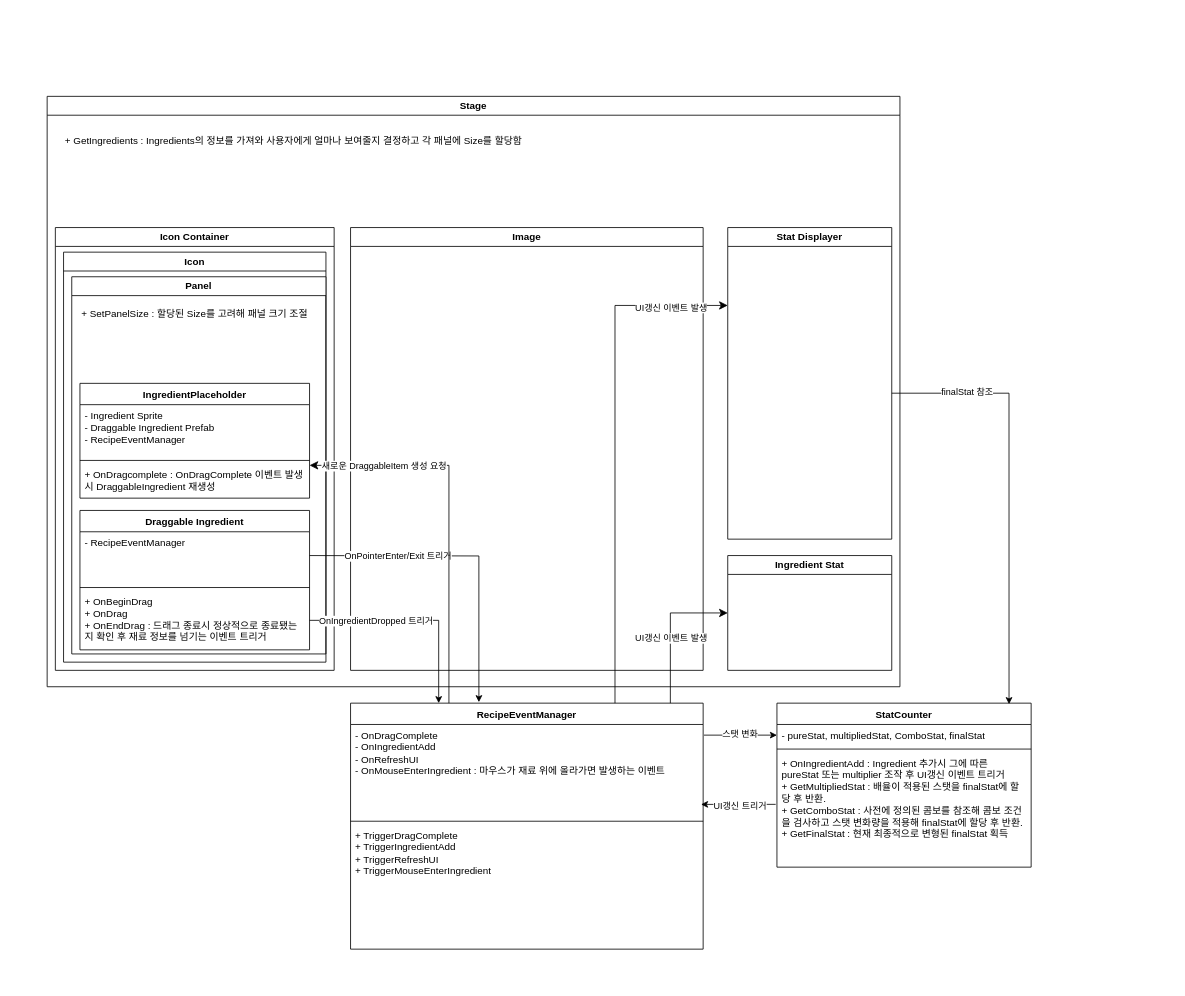
JeongHwanjun/Muffin keeps this draw.io diagram as Assets/Scripts/Recipe/Recipe.drawio. Above is the earlier version. Source tidied: cells renumbered, new cells numbered last; positions are measured from the earlier drawing's top-left corner, leaving out a move shared by most shapes. Both pictures are drawn from the tidied source at 82%, with x=0, y=0 at pixel (47, 96).
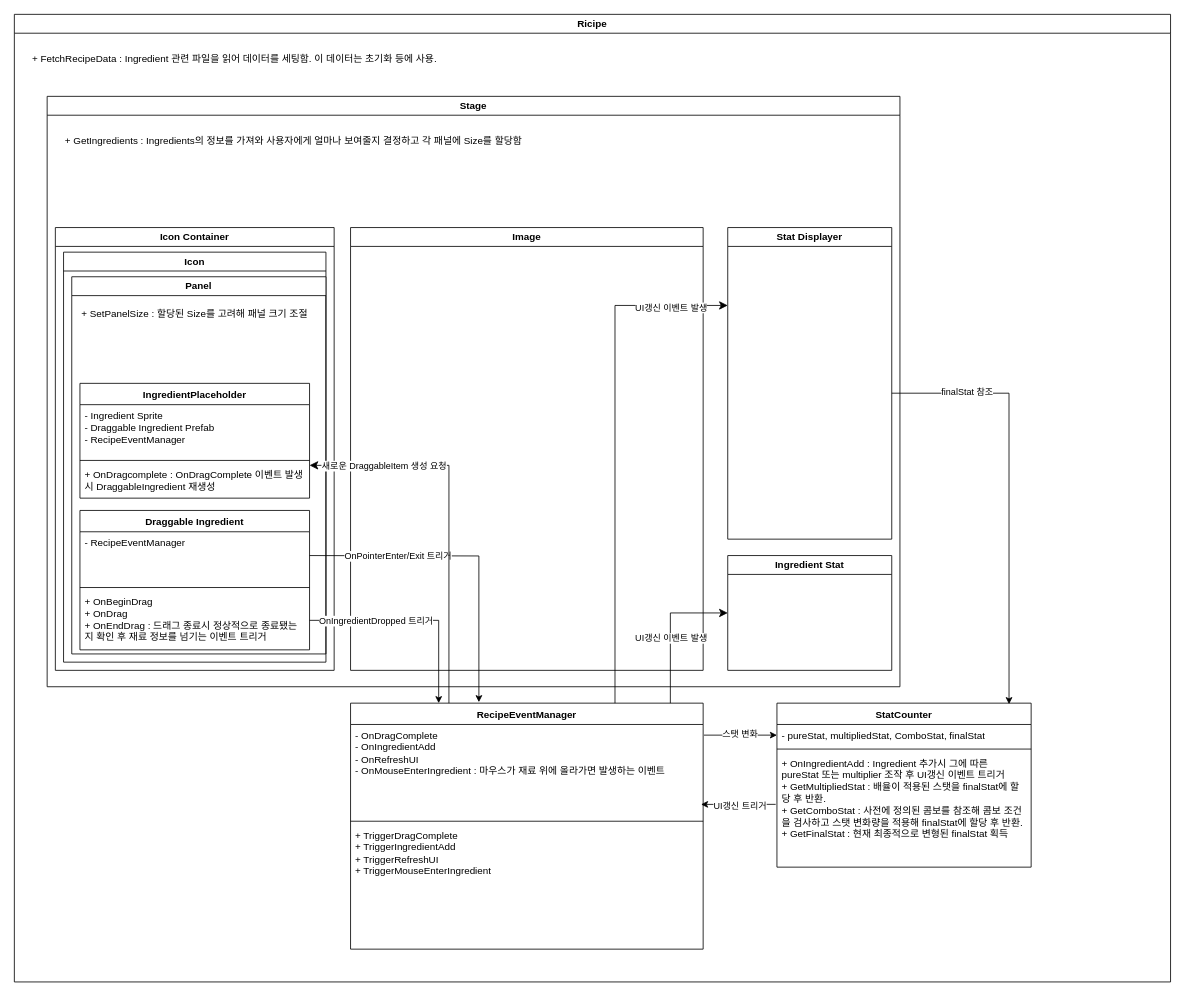
After the change.

Change to the diagram source:
```diff
@@
+    <mxCell id="43" value="Ricipe" style="swimlane;whiteSpace=wrap;html=1;" parent="1" vertex="1">
+      <mxGeometry x="-40" y="-100" width="1410" height="1180" as="geometry" />
+    </mxCell>
+    <mxCell id="44" value="+ FetchRecipeData : Ingredient 관련 파일을 읽어 데이터를 세팅함. 이 데이터는 초기화 등에 사용." style="text;html=1;align=left;verticalAlign=middle;whiteSpace=wrap;rounded=0;" parent="43" vertex="1">
+      <mxGeometry x="20" y="40" width="590" height="30" as="geometry" />
+    </mxCell>
```
